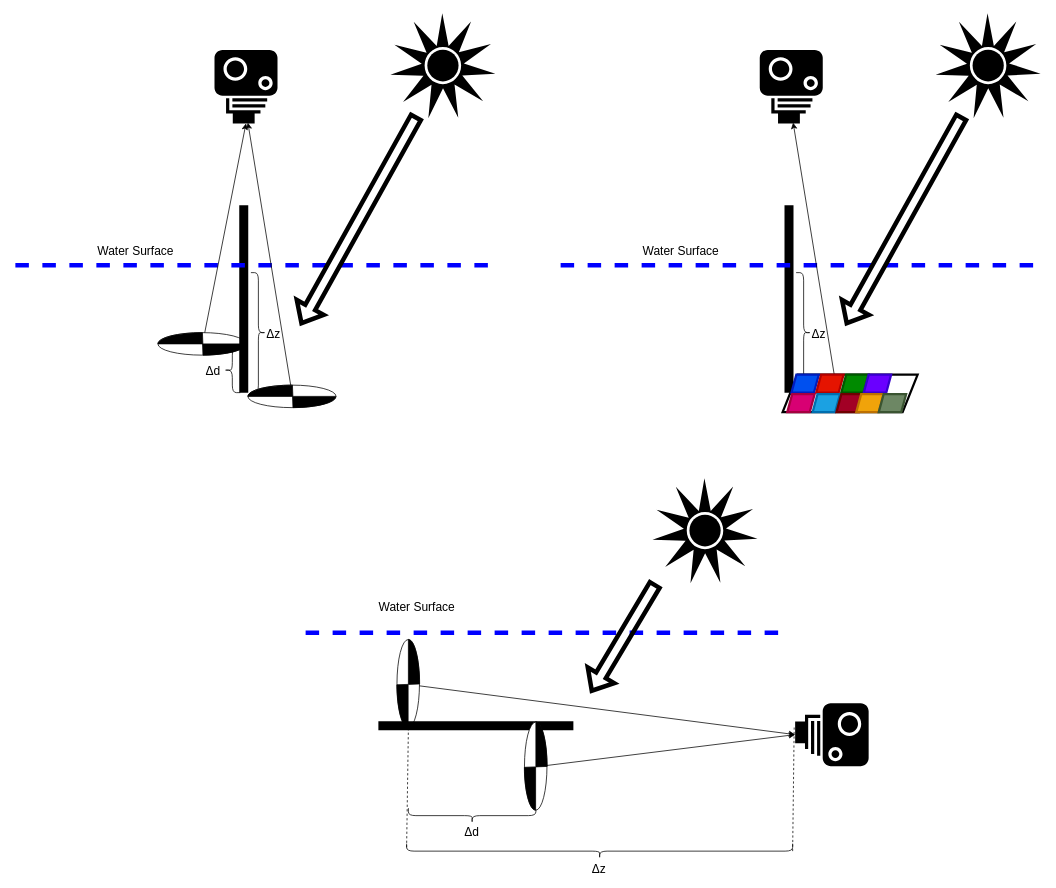
This is report/secchi_disk_approach_impovements.drawio from itay-mal/water_turbidity_project, a draw.io file, before an edit. Source tidied: cells renumbered, new cells numbered last; positions are measured from the earlier drawing's top-left corner, leaving out a move shared by most shapes. Both pictures are drawn from the tidied source at 75%, with x=0, y=0 at pixel (15, 13).
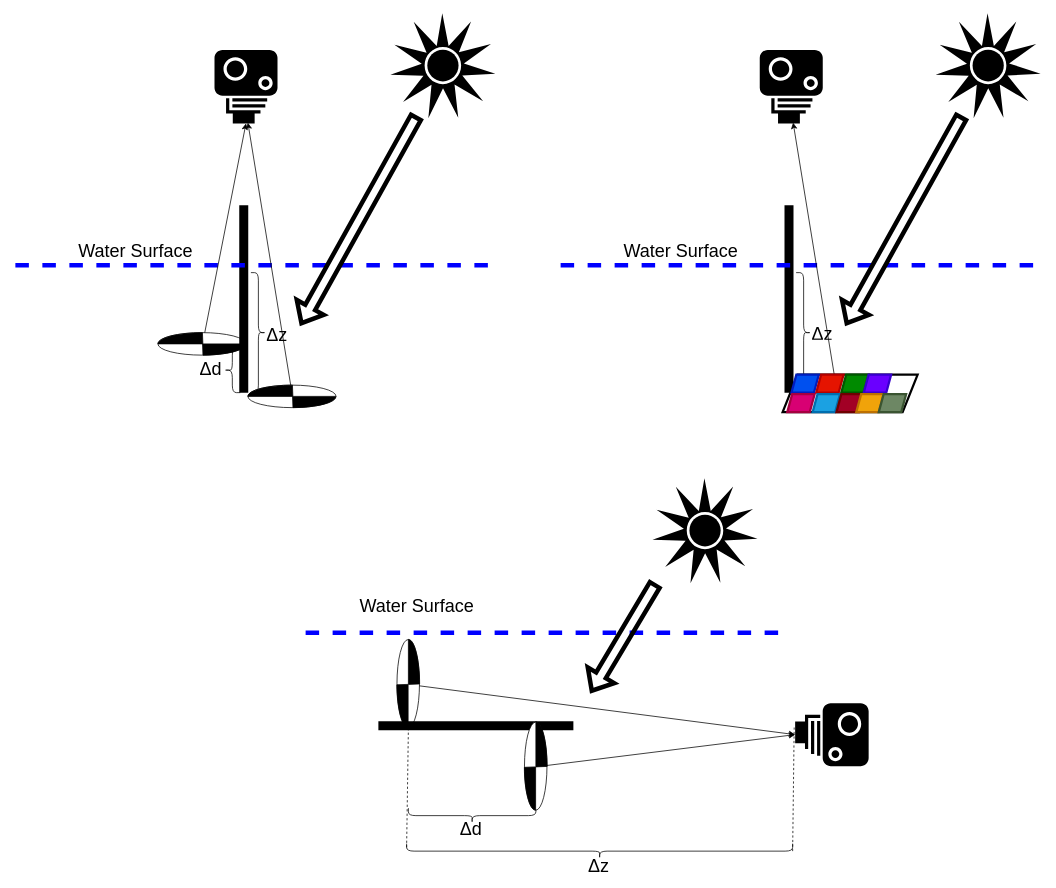
The same page after the edit.

Unchanged cells that the change refers to:
```xml
<mxCell id="7" style="endArrow=none;dashed=1;html=1;rounded=0;strokeWidth=6;strokeColor=#0000FF;" parent="1" edge="1">
  <mxGeometry relative="1" as="geometry">
    <mxPoint y="336" as="sourcePoint" />
    <mxPoint x="640" y="336" as="targetPoint" />
  </mxGeometry>
</mxCell>
<mxCell id="23" style="endArrow=none;dashed=1;html=1;rounded=0;strokeWidth=6;strokeColor=#0000FF;" parent="1" edge="1">
  <mxGeometry relative="1" as="geometry">
    <mxPoint x="727" y="336" as="sourcePoint" />
    <mxPoint x="1367" y="336" as="targetPoint" />
  </mxGeometry>
</mxCell>
<mxCell id="47" style="endArrow=none;dashed=1;html=1;rounded=0;strokeWidth=6;strokeColor=#0000FF;" parent="1" edge="1">
  <mxGeometry relative="1" as="geometry">
    <mxPoint x="387" y="826" as="sourcePoint" />
    <mxPoint x="1027" y="826" as="targetPoint" />
  </mxGeometry>
</mxCell>
```

The edit, as a diff of the source:
```diff
@@
-    <mxCell id="8" value="&lt;font style=&quot;font-size: 16px&quot;&gt;Water Surface&lt;/font&gt;" style="edgeLabel;html=1;align=center;verticalAlign=middle;" parent="7" vertex="1">
+    <mxCell id="8" value="&lt;font style=&quot;font-size: 24px;&quot;&gt;Water Surface&lt;/font&gt;" style="edgeLabel;html=1;align=center;verticalAlign=middle;fontSize=24;" parent="7" vertex="1">
       <mxGeometry x="0.3" y="1" relative="1" as="geometry">
         <mxPoint x="-257" y="-19" as="offset" />
       </mxGeometry>
     </mxCell>
@@
-    <mxCell id="10" value="&lt;p class=&quot;MsoNormal&quot;&gt;&lt;span lang=&quot;EN-US&quot;&gt;&lt;font style=&quot;font-size: 16px&quot;&gt;Δz&lt;/font&gt;&lt;/span&gt;&lt;/p&gt;" style="text;html=1;strokeColor=none;fillColor=none;spacing=5;spacingTop=-20;whiteSpace=wrap;overflow=hidden;rounded=0;labelBackgroundColor=none;" parent="1" vertex="1">
-      <mxGeometry x="330" y="416" width="30" height="20" as="geometry" />
+    <mxCell id="10" value="&lt;p class=&quot;MsoNormal&quot; style=&quot;font-size: 24px;&quot;&gt;&lt;span lang=&quot;EN-US&quot; style=&quot;font-size: 24px;&quot;&gt;&lt;font style=&quot;font-size: 24px;&quot;&gt;Δz&lt;/font&gt;&lt;/span&gt;&lt;/p&gt;" style="text;html=1;strokeColor=none;fillColor=none;spacing=5;spacingTop=-20;whiteSpace=wrap;overflow=hidden;rounded=0;labelBackgroundColor=none;fontSize=24;" parent="1" vertex="1">
+      <mxGeometry x="330" y="402" width="40" height="44" as="geometry" />
     </mxCell>
@@
-    <mxCell id="20" value="&lt;p class=&quot;MsoNormal&quot;&gt;&lt;span lang=&quot;EN-US&quot;&gt;&lt;font style=&quot;font-size: 16px&quot;&gt;Δd&lt;/font&gt;&lt;/span&gt;&lt;/p&gt;" style="text;html=1;strokeColor=none;fillColor=none;spacing=5;spacingTop=-20;whiteSpace=wrap;overflow=hidden;rounded=0;labelBackgroundColor=none;" parent="1" vertex="1">
-      <mxGeometry x="248.5" y="466" width="30" height="20" as="geometry" />
+    <mxCell id="20" value="&lt;p class=&quot;MsoNormal&quot; style=&quot;font-size: 24px;&quot;&gt;&lt;span lang=&quot;EN-US&quot; style=&quot;font-size: 24px;&quot;&gt;&lt;font style=&quot;font-size: 24px;&quot;&gt;Δd&lt;/font&gt;&lt;/span&gt;&lt;/p&gt;" style="text;html=1;strokeColor=none;fillColor=none;spacing=5;spacingTop=-20;whiteSpace=wrap;overflow=hidden;rounded=0;labelBackgroundColor=none;fontSize=24;" parent="1" vertex="1">
+      <mxGeometry x="241" y="447" width="48.5" height="44" as="geometry" />
     </mxCell>
@@
-    <mxCell id="24" value="&lt;font style=&quot;font-size: 16px&quot;&gt;Water Surface&lt;/font&gt;" style="edgeLabel;html=1;align=center;verticalAlign=middle;" parent="23" vertex="1">
+    <mxCell id="24" value="&lt;font style=&quot;font-size: 24px;&quot;&gt;Water Surface&lt;/font&gt;" style="edgeLabel;html=1;align=center;verticalAlign=middle;fontSize=24;" parent="23" vertex="1">
       <mxGeometry x="0.3" y="1" relative="1" as="geometry">
         <mxPoint x="-257" y="-19" as="offset" />
       </mxGeometry>
     </mxCell>
@@
-    <mxCell id="26" value="&lt;p class=&quot;MsoNormal&quot;&gt;&lt;span lang=&quot;EN-US&quot;&gt;&lt;font style=&quot;font-size: 16px&quot;&gt;Δz&lt;/font&gt;&lt;/span&gt;&lt;/p&gt;" style="text;html=1;strokeColor=none;fillColor=none;spacing=5;spacingTop=-20;whiteSpace=wrap;overflow=hidden;rounded=0;labelBackgroundColor=none;" parent="1" vertex="1">
-      <mxGeometry x="1057" y="416" width="30" height="20" as="geometry" />
+    <mxCell id="26" value="&lt;p class=&quot;MsoNormal&quot; style=&quot;font-size: 24px;&quot;&gt;&lt;span lang=&quot;EN-US&quot; style=&quot;font-size: 24px;&quot;&gt;&lt;font style=&quot;font-size: 24px;&quot;&gt;Δz&lt;/font&gt;&lt;/span&gt;&lt;/p&gt;" style="text;html=1;strokeColor=none;fillColor=none;spacing=5;spacingTop=-20;whiteSpace=wrap;overflow=hidden;rounded=0;labelBackgroundColor=none;fontSize=24;" parent="1" vertex="1">
+      <mxGeometry x="1057" y="400" width="43" height="36" as="geometry" />
     </mxCell>
@@
-    <mxCell id="48" value="&lt;font style=&quot;font-size: 16px&quot;&gt;Water Surface&lt;/font&gt;" style="edgeLabel;html=1;align=center;verticalAlign=middle;" parent="47" vertex="1">
+    <mxCell id="48" value="&lt;font style=&quot;font-size: 24px;&quot;&gt;Water Surface&lt;/font&gt;" style="edgeLabel;html=1;align=center;verticalAlign=middle;fontSize=24;" parent="47" vertex="1">
       <mxGeometry x="0.3" y="1" relative="1" as="geometry">
         <mxPoint x="-269" y="-35" as="offset" />
       </mxGeometry>
     </mxCell>
@@
-    <mxCell id="50" value="&lt;p class=&quot;MsoNormal&quot;&gt;&lt;span lang=&quot;EN-US&quot;&gt;&lt;font style=&quot;font-size: 16px&quot;&gt;Δz&lt;/font&gt;&lt;/span&gt;&lt;/p&gt;" style="text;html=1;strokeColor=none;fillColor=none;spacing=5;spacingTop=-20;whiteSpace=wrap;overflow=hidden;rounded=0;labelBackgroundColor=none;" parent="1" vertex="1">
-      <mxGeometry x="764" y="1130" width="30" height="20" as="geometry" />
+    <mxCell id="50" value="&lt;p class=&quot;MsoNormal&quot; style=&quot;font-size: 24px;&quot;&gt;&lt;span lang=&quot;EN-US&quot; style=&quot;font-size: 24px;&quot;&gt;&lt;font style=&quot;font-size: 24px;&quot;&gt;Δz&lt;/font&gt;&lt;/span&gt;&lt;/p&gt;" style="text;html=1;strokeColor=none;fillColor=none;spacing=5;spacingTop=-20;whiteSpace=wrap;overflow=hidden;rounded=0;labelBackgroundColor=none;fontSize=24;" parent="1" vertex="1">
+      <mxGeometry x="759" y="1110" width="46" height="40" as="geometry" />
     </mxCell>
@@
-    <mxCell id="59" value="&lt;p class=&quot;MsoNormal&quot;&gt;&lt;span lang=&quot;EN-US&quot;&gt;&lt;font style=&quot;font-size: 16px&quot;&gt;Δd&lt;/font&gt;&lt;/span&gt;&lt;/p&gt;" style="text;html=1;strokeColor=none;fillColor=none;spacing=5;spacingTop=-20;whiteSpace=wrap;overflow=hidden;rounded=0;labelBackgroundColor=none;" parent="1" vertex="1">
-      <mxGeometry x="594" y="1080" width="30" height="20" as="geometry" />
+    <mxCell id="59" value="&lt;p class=&quot;MsoNormal&quot; style=&quot;font-size: 24px;&quot;&gt;&lt;span lang=&quot;EN-US&quot; style=&quot;font-size: 24px;&quot;&gt;&lt;font style=&quot;font-size: 24px;&quot;&gt;Δd&lt;/font&gt;&lt;/span&gt;&lt;/p&gt;" style="text;html=1;strokeColor=none;fillColor=none;spacing=5;spacingTop=-20;whiteSpace=wrap;overflow=hidden;rounded=0;labelBackgroundColor=none;fontSize=24;" parent="1" vertex="1">
+      <mxGeometry x="588" y="1060" width="46" height="40" as="geometry" />
     </mxCell>
```
